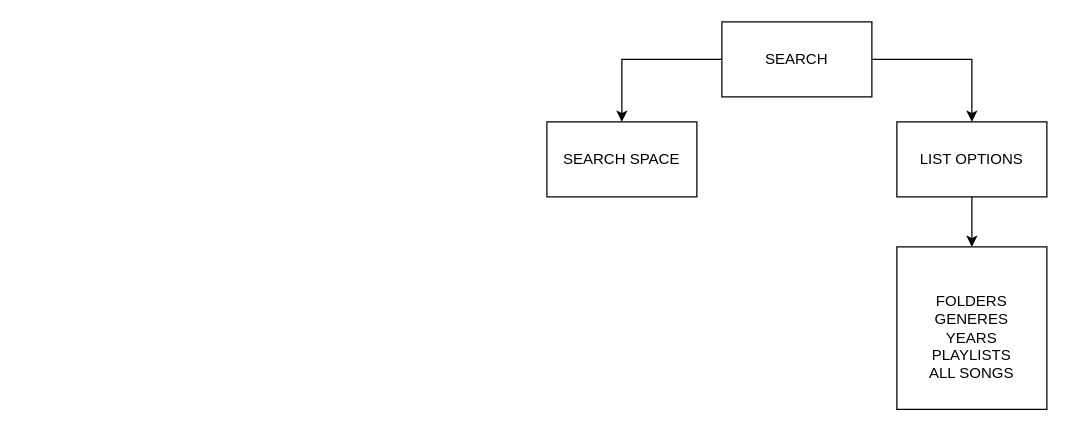
Above: page "VID-SEARCH" (7 of 9) of MuVid Player.drawio in aj2381999/muvidplayer (draw.io), before the change. Source tidied: cells renumbered, new cells numbered last; positions are measured from the earlier drawing's top-left corner, leaving out a move shared by most shapes. Both pictures are drawn from the tidied source at 125%, with x=0, y=0 at pixel (546, 21).
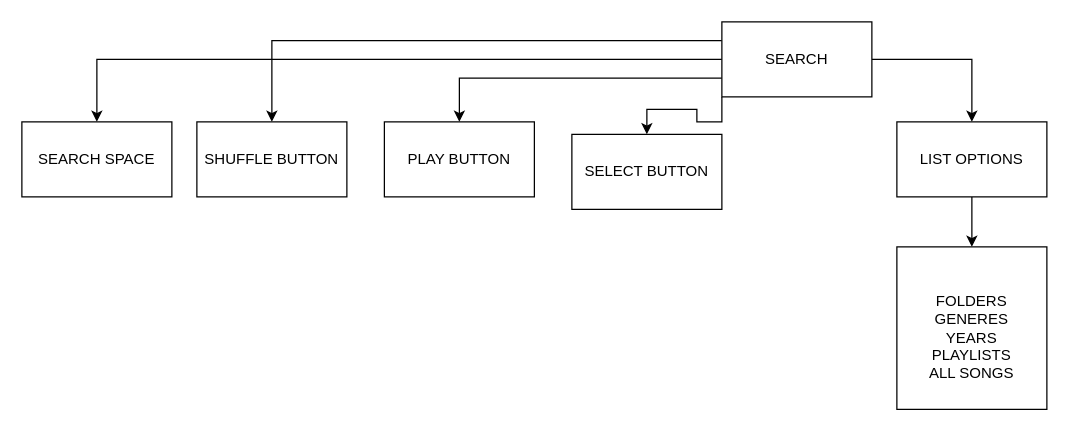
After the change.

The edit, as a diff of the source:
```diff
@@
 <mxGraphModel>
   <root>
     <mxCell id="0" />
     <mxCell id="1" parent="0" />
     <mxCell id="2" style="edgeStyle=orthogonalEdgeStyle;rounded=0;jettySize=auto;html=1;exitX=0;exitY=0.5;exitDx=0;exitDy=0;" parent="1" edge="1" source="4" target="5">
       <mxGeometry relative="1" as="geometry" />
     </mxCell>
     <mxCell id="3" style="edgeStyle=orthogonalEdgeStyle;rounded=0;jettySize=auto;html=1;exitX=1;exitY=0.5;exitDx=0;exitDy=0;" parent="1" edge="1" source="4" target="7">
       <mxGeometry relative="1" as="geometry" />
     </mxCell>
+    <mxCell id="9" style="edgeStyle=orthogonalEdgeStyle;rounded=0;jettySize=auto;html=1;exitX=0;exitY=0.25;exitDx=0;exitDy=0;" parent="1" edge="1" source="4" target="12">
+      <mxGeometry relative="1" as="geometry" />
+    </mxCell>
+    <mxCell id="10" style="edgeStyle=orthogonalEdgeStyle;rounded=0;jettySize=auto;html=1;exitX=0;exitY=0.75;exitDx=0;exitDy=0;" parent="1" edge="1" source="4" target="14">
+      <mxGeometry relative="1" as="geometry" />
+    </mxCell>
+    <mxCell id="11" style="edgeStyle=orthogonalEdgeStyle;rounded=0;jettySize=auto;html=1;exitX=0;exitY=1;exitDx=0;exitDy=0;" parent="1" edge="1" source="4" target="13">
+      <mxGeometry relative="1" as="geometry" />
+    </mxCell>
     <mxCell id="4" value="SEARCH" style="rounded=0;whiteSpace=wrap;html=1;" parent="1" vertex="1">
       <mxGeometry x="140" width="120" height="60" as="geometry" />
     </mxCell>
     <mxCell id="5" value="SEARCH SPACE" style="rounded=0;whiteSpace=wrap;html=1;" parent="1" vertex="1">
-      <mxGeometry y="80" width="120" height="60" as="geometry" />
+      <mxGeometry x="-420" y="80" width="120" height="60" as="geometry" />
     </mxCell>
     <mxCell id="6" style="edgeStyle=orthogonalEdgeStyle;rounded=0;jettySize=auto;html=1;exitX=0.5;exitY=1;exitDx=0;exitDy=0;entryX=0.5;entryY=0;entryDx=0;entryDy=0;" parent="1" edge="1" source="7" target="8">
       <mxGeometry relative="1" as="geometry" />
     </mxCell>
     <mxCell id="7" value="LIST OPTIONS" style="rounded=0;whiteSpace=wrap;html=1;" parent="1" vertex="1">
       <mxGeometry x="280" y="80" width="120" height="60" as="geometry" />
     </mxCell>
     <mxCell id="8" value="&lt;br&gt;FOLDERS&lt;br&gt;GENERES&lt;br&gt;YEARS&lt;br&gt;PLAYLISTS&lt;br&gt;ALL SONGS" style="rounded=0;whiteSpace=wrap;html=1;" parent="1" vertex="1">
       <mxGeometry x="280" y="180" width="120" height="130" as="geometry" />
     </mxCell>
+    <mxCell id="12" value="SHUFFLE BUTTON" style="rounded=0;whiteSpace=wrap;html=1;" parent="1" vertex="1">
+      <mxGeometry x="-280" y="80" width="120" height="60" as="geometry" />
+    </mxCell>
+    <mxCell id="13" value="SELECT BUTTON" style="rounded=0;whiteSpace=wrap;html=1;" parent="1" vertex="1">
+      <mxGeometry x="20" y="90" width="120" height="60" as="geometry" />
+    </mxCell>
+    <mxCell id="14" value="PLAY BUTTON" style="rounded=0;whiteSpace=wrap;html=1;" parent="1" vertex="1">
+      <mxGeometry x="-130" y="80" width="120" height="60" as="geometry" />
+    </mxCell>
   </root>
 </mxGraphModel>
```
